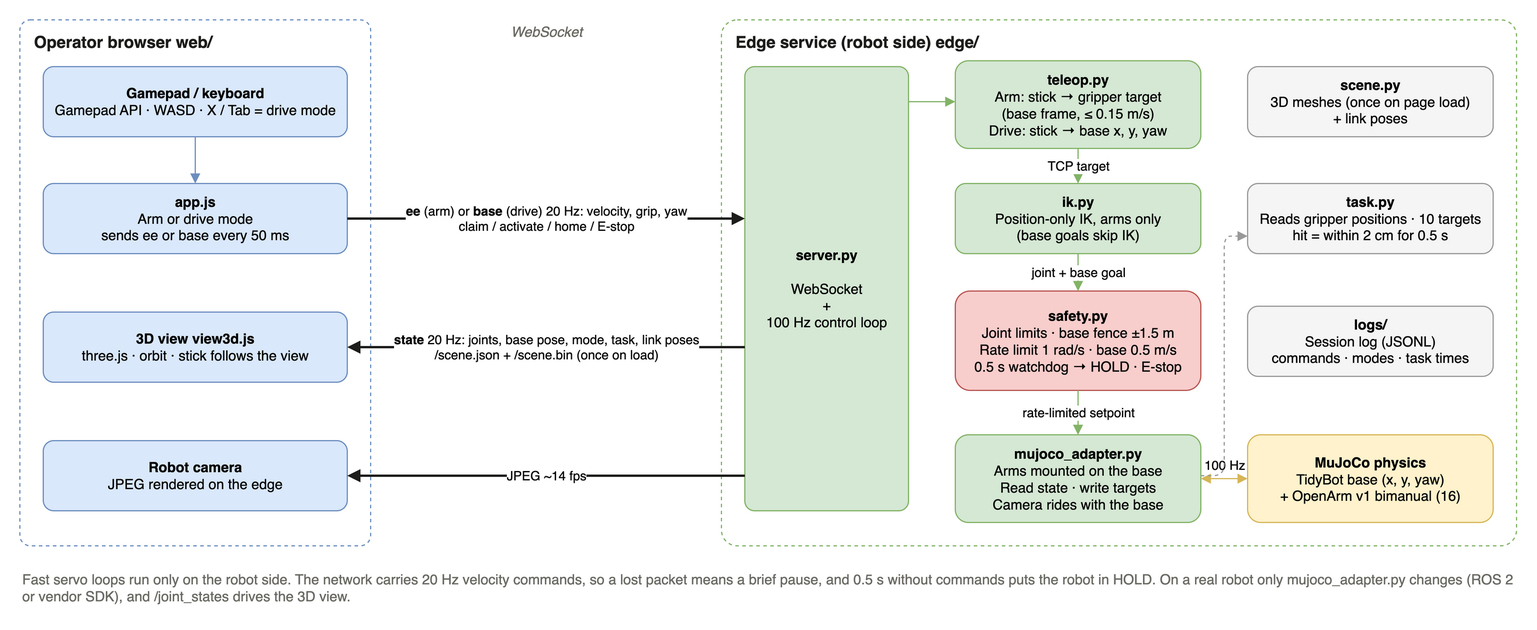
The draw.io diagram docs/system-diagram.drawio.png in ysonggit/openarm-teleop-sim, before a commit. Source tidied: cells renumbered, new cells last; positions are measured from the earlier drawing's top-left corner, leaving out a move shared by most shapes.
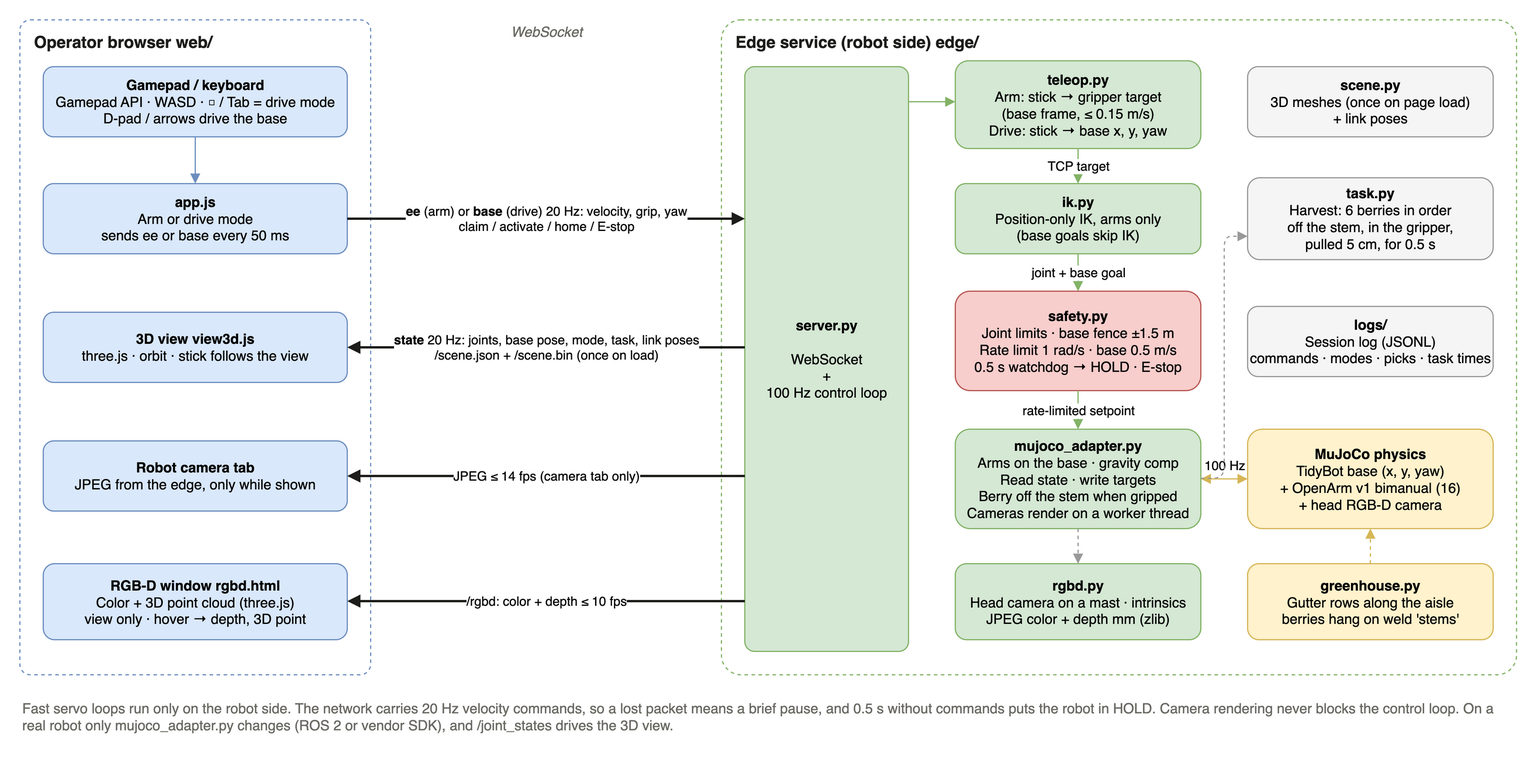
The same diagram one commit later.

Commit message:
Head RGB-D camera with a point-cloud window; diagram updated

What changed in the source:
```diff
@@ -3,12 +3,12 @@
     <mxCell id="0" />
     <mxCell id="1" parent="0" />
     <mxCell id="2" value="Operator browser  web/" style="rounded=1;arcSize=3;whiteSpace=wrap;html=1;dashed=1;fillColor=none;strokeColor=#6C8EBF;verticalAlign=top;align=left;spacingLeft=10;spacingTop=4;fontStyle=1;fontSize=14;fontColor=#1D1D1B;" parent="1" vertex="1">
-      <mxGeometry width="300" height="450" as="geometry" />
+      <mxGeometry width="300" height="560" as="geometry" />
     </mxCell>
     <mxCell id="3" value="Edge service (robot side)  edge/" style="rounded=1;arcSize=3;whiteSpace=wrap;html=1;dashed=1;fillColor=none;strokeColor=#82B366;verticalAlign=top;align=left;spacingLeft=10;spacingTop=4;fontStyle=1;fontSize=14;fontColor=#1D1D1B;" parent="1" vertex="1">
-      <mxGeometry x="600" width="680" height="450" as="geometry" />
+      <mxGeometry x="600" width="680" height="560" as="geometry" />
     </mxCell>
-    <mxCell id="4" value="&lt;b&gt;Gamepad / keyboard&lt;/b&gt;&lt;br&gt;Gamepad API · WASD · X / Tab = drive mode" style="rounded=1;whiteSpace=wrap;html=1;fillColor=#DAE8FC;strokeColor=#6C8EBF;fontSize=12;" parent="1" vertex="1">
+    <mxCell id="4" value="&lt;b&gt;Gamepad / keyboard&lt;/b&gt;&lt;br&gt;Gamepad API · WASD · □ / Tab = drive mode&lt;br&gt;D-pad / arrows drive the base" style="rounded=1;whiteSpace=wrap;html=1;fillColor=#DAE8FC;strokeColor=#6C8EBF;fontSize=12;" parent="1" vertex="1">
       <mxGeometry x="20" y="40" width="260" height="60" as="geometry" />
     </mxCell>
     <mxCell id="5" value="&lt;b&gt;app.js&lt;/b&gt;&lt;br&gt;Arm or drive mode&lt;br&gt;sends ee or base every 50 ms" style="rounded=1;whiteSpace=wrap;html=1;fillColor=#DAE8FC;strokeColor=#6C8EBF;fontSize=12;" parent="1" vertex="1">
@@ -17,11 +17,11 @@
     <mxCell id="6" value="&lt;b&gt;3D view  view3d.js&lt;/b&gt;&lt;br&gt;three.js · orbit · stick follows the view" style="rounded=1;whiteSpace=wrap;html=1;fillColor=#DAE8FC;strokeColor=#6C8EBF;fontSize=12;" parent="1" vertex="1">
       <mxGeometry x="20" y="250" width="260" height="60" as="geometry" />
     </mxCell>
-    <mxCell id="7" value="&lt;b&gt;Robot camera&lt;/b&gt;&lt;br&gt;JPEG rendered on the edge" style="rounded=1;whiteSpace=wrap;html=1;fillColor=#DAE8FC;strokeColor=#6C8EBF;fontSize=12;" parent="1" vertex="1">
+    <mxCell id="7" value="&lt;b&gt;Robot camera tab&lt;/b&gt;&lt;br&gt;JPEG from the edge, only while shown" style="rounded=1;whiteSpace=wrap;html=1;fillColor=#DAE8FC;strokeColor=#6C8EBF;fontSize=12;" parent="1" vertex="1">
       <mxGeometry x="20" y="360" width="260" height="60" as="geometry" />
     </mxCell>
     <mxCell id="8" value="&lt;b&gt;server.py&lt;/b&gt;&lt;br&gt;&lt;br&gt;WebSocket&lt;br&gt;+&lt;br&gt;100 Hz control loop" style="rounded=1;arcSize=6;whiteSpace=wrap;html=1;fillColor=#D5E8D4;strokeColor=#82B366;fontSize=12;" parent="1" vertex="1">
-      <mxGeometry x="620" y="40" width="140" height="380" as="geometry" />
+      <mxGeometry x="620" y="40" width="140" height="500" as="geometry" />
     </mxCell>
     <mxCell id="9" value="&lt;b&gt;teleop.py&lt;/b&gt;&lt;br&gt;Arm: stick → gripper target&lt;br&gt;(base frame, ≤ 0.15 m/s)&lt;br&gt;Drive: stick → base x, y, yaw" style="rounded=1;whiteSpace=wrap;html=1;fillColor=#D5E8D4;strokeColor=#82B366;fontSize=12;" parent="1" vertex="1">
       <mxGeometry x="800" y="35" width="210" height="75" as="geometry" />
@@ -32,20 +32,20 @@
     <mxCell id="11" value="&lt;b&gt;safety.py&lt;/b&gt;&lt;br&gt;Joint limits · base fence ±1.5 m&lt;br&gt;Rate limit 1 rad/s · base 0.5 m/s&lt;br&gt;0.5 s watchdog → HOLD · E-stop" style="rounded=1;whiteSpace=wrap;html=1;fillColor=#F8CECC;strokeColor=#B85450;fontSize=12;" parent="1" vertex="1">
       <mxGeometry x="800" y="232" width="210" height="85" as="geometry" />
     </mxCell>
-    <mxCell id="12" value="&lt;b&gt;mujoco_adapter.py&lt;/b&gt;&lt;br&gt;Arms mounted on the base&lt;br&gt;Read state · write targets&lt;br&gt;Camera rides with the base" style="rounded=1;whiteSpace=wrap;html=1;fillColor=#D5E8D4;strokeColor=#82B366;fontSize=12;" parent="1" vertex="1">
-      <mxGeometry x="800" y="355" width="210" height="75" as="geometry" />
+    <mxCell id="12" value="&lt;b&gt;mujoco_adapter.py&lt;/b&gt;&lt;br&gt;Arms on the base · gravity comp&lt;br&gt;Read state · write targets&lt;br&gt;Berry off the stem when gripped&lt;br&gt;Cameras render on a worker thread" style="rounded=1;whiteSpace=wrap;html=1;fillColor=#D5E8D4;strokeColor=#82B366;fontSize=12;" parent="1" vertex="1">
+      <mxGeometry x="800" y="350" width="210" height="85" as="geometry" />
     </mxCell>
     <mxCell id="13" value="&lt;b&gt;scene.py&lt;/b&gt;&lt;br&gt;3D meshes (once on page load)&lt;br&gt;+ link poses" style="rounded=1;whiteSpace=wrap;html=1;fillColor=#F5F5F5;strokeColor=#999999;fontSize=12;" parent="1" vertex="1">
       <mxGeometry x="1050" y="40" width="210" height="60" as="geometry" />
     </mxCell>
-    <mxCell id="14" value="&lt;b&gt;task.py&lt;/b&gt;&lt;br&gt;Reads gripper positions · 10 targets&lt;br&gt;hit = within 2 cm for 0.5 s" style="rounded=1;whiteSpace=wrap;html=1;fillColor=#F5F5F5;strokeColor=#999999;fontSize=12;" parent="1" vertex="1">
-      <mxGeometry x="1050" y="140" width="210" height="60" as="geometry" />
+    <mxCell id="14" value="&lt;b&gt;task.py&lt;/b&gt;&lt;br&gt;Harvest: 6 berries in order&lt;br&gt;off the stem, in the gripper,&lt;br&gt;pulled 5 cm, for 0.5 s" style="rounded=1;whiteSpace=wrap;html=1;fillColor=#F5F5F5;strokeColor=#999999;fontSize=12;" parent="1" vertex="1">
+      <mxGeometry x="1050" y="135" width="210" height="70" as="geometry" />
     </mxCell>
-    <mxCell id="15" value="&lt;b&gt;logs/&lt;/b&gt;&lt;br&gt;Session log (JSONL)&lt;br&gt;commands · modes · task times" style="rounded=1;whiteSpace=wrap;html=1;fillColor=#F5F5F5;strokeColor=#999999;fontSize=12;" parent="1" vertex="1">
+    <mxCell id="15" value="&lt;b&gt;logs/&lt;/b&gt;&lt;br&gt;Session log (JSONL)&lt;br&gt;commands · modes · picks · task times" style="rounded=1;whiteSpace=wrap;html=1;fillColor=#F5F5F5;strokeColor=#999999;fontSize=12;" parent="1" vertex="1">
       <mxGeometry x="1050" y="245" width="210" height="60" as="geometry" />
     </mxCell>
-    <mxCell id="16" value="&lt;b&gt;MuJoCo physics&lt;/b&gt;&lt;br&gt;TidyBot base (x, y, yaw)&lt;br&gt;+ OpenArm v1 bimanual (16)" style="rounded=1;whiteSpace=wrap;html=1;fillColor=#FFF2CC;strokeColor=#D6B656;fontSize=12;" parent="1" vertex="1">
-      <mxGeometry x="1050" y="355" width="210" height="75" as="geometry" />
+    <mxCell id="16" value="&lt;b&gt;MuJoCo physics&lt;/b&gt;&lt;br&gt;TidyBot base (x, y, yaw)&lt;br&gt;+ OpenArm v1 bimanual (16)&lt;br&gt;+ head RGB-D camera" style="rounded=1;whiteSpace=wrap;html=1;fillColor=#FFF2CC;strokeColor=#D6B656;fontSize=12;" parent="1" vertex="1">
+      <mxGeometry x="1050" y="350" width="210" height="85" as="geometry" />
     </mxCell>
     <mxCell id="17" style="edgeStyle=orthogonalEdgeStyle;html=1;endArrow=block;endFill=1;strokeColor=#6C8EBF;" parent="1" edge="1" source="4" target="5">
       <mxGeometry relative="1" as="geometry" />
@@ -62,7 +62,7 @@
         <mxPoint x="280" y="280" as="targetPoint" />
       </mxGeometry>
     </mxCell>
-    <mxCell id="20" value="JPEG ~14 fps" style="html=1;endArrow=block;endFill=1;strokeWidth=2;strokeColor=#1D1D1B;fontSize=11;labelBackgroundColor=#FFFFFF;" parent="1" edge="1">
+    <mxCell id="20" value="JPEG ≤ 14 fps (camera tab only)" style="html=1;endArrow=block;endFill=1;strokeWidth=2;strokeColor=#1D1D1B;fontSize=11;labelBackgroundColor=#FFFFFF;" parent="1" edge="1">
       <mxGeometry relative="1" as="geometry">
         <mxPoint x="620" y="390" as="sourcePoint" />
         <mxPoint x="280" y="390" as="targetPoint" />
@@ -93,16 +93,37 @@
     </mxCell>
     <mxCell id="27" style="edgeStyle=orthogonalEdgeStyle;html=1;endArrow=block;endFill=1;strokeColor=#999999;dashed=1;fontSize=11;labelBackgroundColor=#FFFFFF;" parent="1" edge="1">
       <mxGeometry relative="1" as="geometry">
-        <mxPoint x="1010" y="390" as="sourcePoint" />
+        <mxPoint x="1010" y="392" as="sourcePoint" />
         <mxPoint x="1050" y="185" as="targetPoint" />
         <Array as="points">
-          <mxPoint x="1030" y="390" />
+          <mxPoint x="1030" y="392" />
           <mxPoint x="1030" y="185" />
         </Array>
       </mxGeometry>
     </mxCell>
+    <mxCell id="29" value="&lt;b&gt;RGB-D window  rgbd.html&lt;/b&gt;&lt;br&gt;Color + 3D point cloud (three.js)&lt;br&gt;view only · hover → depth, 3D point" style="rounded=1;whiteSpace=wrap;html=1;fillColor=#DAE8FC;strokeColor=#6C8EBF;fontSize=12;" parent="1" vertex="1">
+      <mxGeometry x="20" y="465" width="260" height="65" as="geometry" />
+    </mxCell>
+    <mxCell id="30" value="&lt;b&gt;rgbd.py&lt;/b&gt;&lt;br&gt;Head camera on a mast · intrinsics&lt;br&gt;JPEG color + depth mm (zlib)" style="rounded=1;whiteSpace=wrap;html=1;fillColor=#D5E8D4;strokeColor=#82B366;fontSize=12;" parent="1" vertex="1">
+      <mxGeometry x="800" y="465" width="210" height="65" as="geometry" />
+    </mxCell>
+    <mxCell id="31" value="&lt;b&gt;greenhouse.py&lt;/b&gt;&lt;br&gt;Gutter rows along the aisle&lt;br&gt;berries hang on weld 'stems'" style="rounded=1;whiteSpace=wrap;html=1;fillColor=#FFF2CC;strokeColor=#D6B656;fontSize=12;" parent="1" vertex="1">
+      <mxGeometry x="1050" y="465" width="210" height="65" as="geometry" />
+    </mxCell>
+    <mxCell id="32" value="/rgbd: color + depth ≤ 10 fps" style="html=1;endArrow=block;endFill=1;strokeWidth=2;strokeColor=#1D1D1B;fontSize=11;labelBackgroundColor=#FFFFFF;" parent="1" edge="1">
+      <mxGeometry relative="1" as="geometry">
+        <mxPoint x="620" y="497" as="sourcePoint" />
+        <mxPoint x="280" y="497" as="targetPoint" />
+      </mxGeometry>
+    </mxCell>
+    <mxCell id="33" style="html=1;endArrow=block;endFill=1;strokeColor=#999999;dashed=1;" parent="1" edge="1" source="12" target="30">
+      <mxGeometry relative="1" as="geometry" />
+    </mxCell>
+    <mxCell id="34" style="html=1;endArrow=block;endFill=1;strokeColor=#D6B656;dashed=1;" parent="1" edge="1" source="31" target="16">
+      <mxGeometry relative="1" as="geometry" />
+    </mxCell>
-    <mxCell id="28" value="Fast servo loops run only on the robot side. The network carries 20 Hz velocity commands, so a lost packet means a brief pause, and 0.5 s without commands puts the robot in HOLD. On a real robot only mujoco_adapter.py changes (ROS 2 or vendor SDK), and /joint_states drives the 3D view." style="text;html=1;align=left;verticalAlign=top;whiteSpace=wrap;fontSize=12;fontColor=#6B6A64;" parent="1" vertex="1">
-      <mxGeometry y="465" width="1280" height="40" as="geometry" />
+    <mxCell id="28" value="Fast servo loops run only on the robot side. The network carries 20 Hz velocity commands, so a lost packet means a brief pause, and 0.5 s without commands puts the robot in HOLD. Camera rendering never blocks the control loop. On a real robot only mujoco_adapter.py changes (ROS 2 or vendor SDK), and /joint_states drives the 3D view." style="text;html=1;align=left;verticalAlign=top;whiteSpace=wrap;fontSize=12;fontColor=#6B6A64;" parent="1" vertex="1">
+      <mxGeometry y="575" width="1280" height="40" as="geometry" />
     </mxCell>
   </root>
 </mxGraphModel>
```
